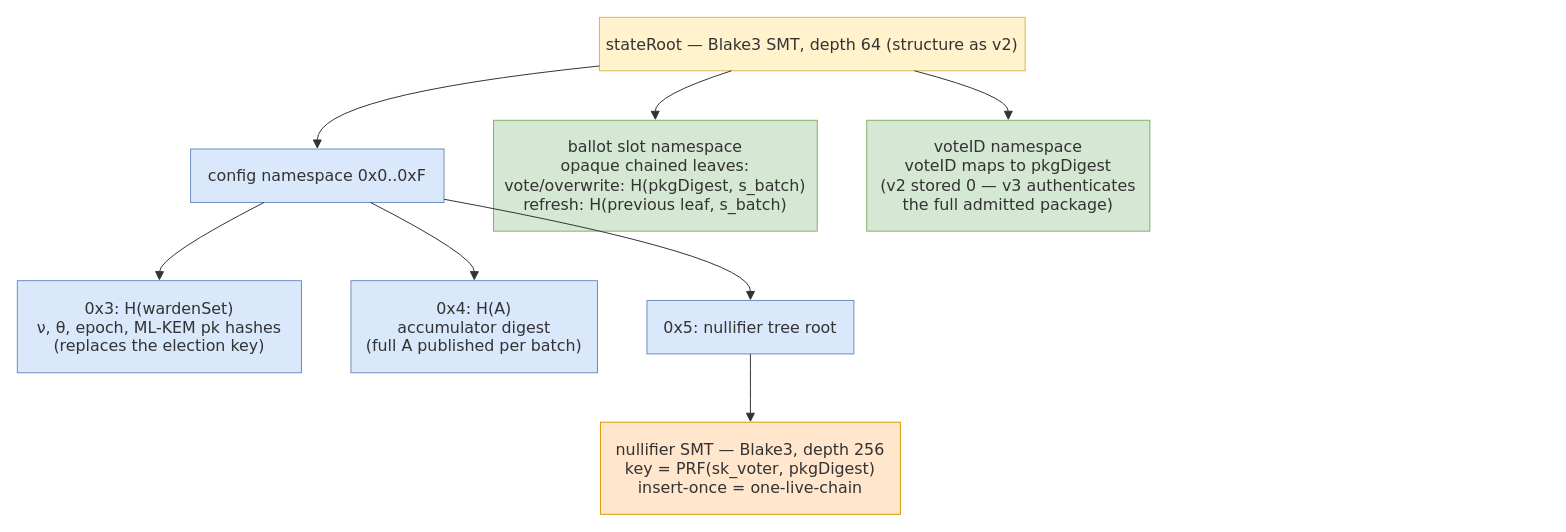
The draw.io diagram v3-pq/figures/src/state-tree-v3.drawio in vocdoni/davinci-paper, before the edit. Source tidied: cells renumbered, new cells numbered last; positions are measured from the earlier drawing's top-left corner, leaving out a move shared by most shapes. Both pictures are drawn from the tidied source at 99%, with x=0, y=0 at pixel (17, 17).
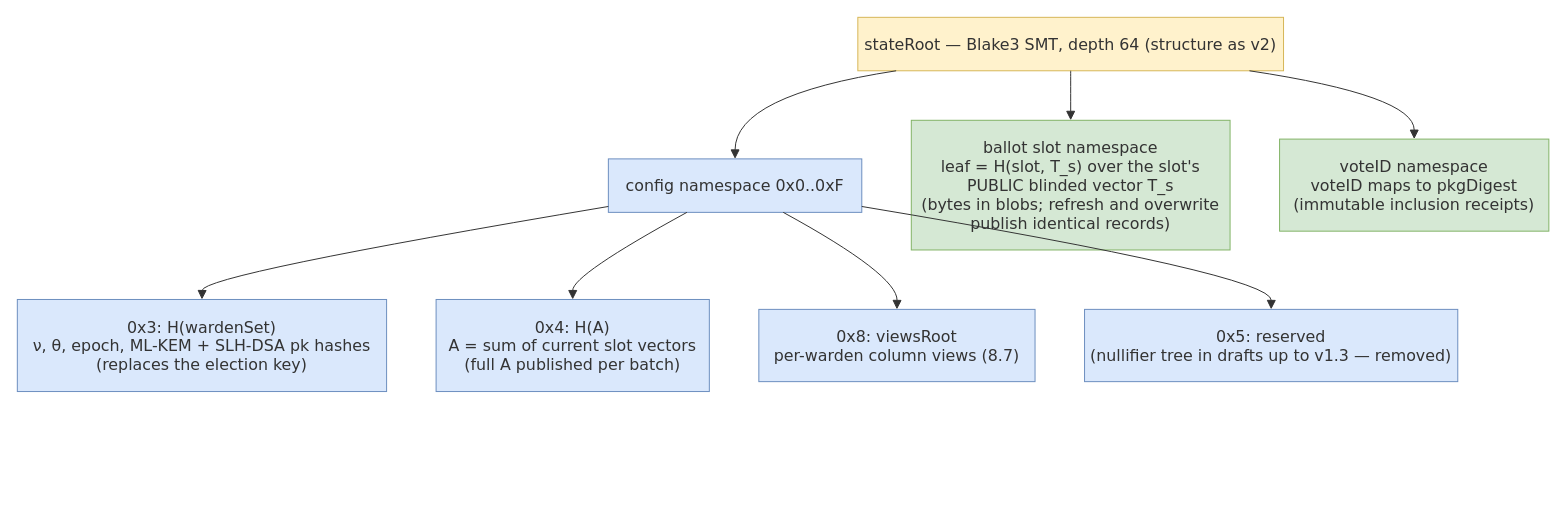
After the change.

Commit message (it also covers changes not shown here):
feat(v3-pq): spec v1.4 — blinded-slot mainline

What changed in the source:
```diff
@@
     <mxCell id="2" value="stateRoot — Blake3 SMT, depth 64 (structure as v2)" style="html=1;whiteSpace=wrap;strokeWidth=1;fillColor=#fff2cc;strokeColor=#d6b656;fontColor=light-dark(#333333,#cccccc);fontFamily=Trebuchet MS,Verdana,Arial,sans-serif;fontSize=16;" parent="1" vertex="1">
-      <mxGeometry x="588" width="430" height="54" as="geometry" />
+      <mxGeometry x="849" width="430" height="54" as="geometry" />
     </mxCell>
     <mxCell id="3" value="config namespace 0x0..0xF" style="html=1;whiteSpace=wrap;strokeWidth=1;fillColor=#dae8fc;strokeColor=#6c8ebf;fontColor=light-dark(#333333,#cccccc);fontFamily=Trebuchet MS,Verdana,Arial,sans-serif;fontSize=16;" parent="1" vertex="1">
-      <mxGeometry x="175" y="133" width="256" height="54" as="geometry" />
+      <mxGeometry x="597" y="143" width="256" height="54" as="geometry" />
     </mxCell>
-    <mxCell id="4" value="ballot slot namespace&#10;opaque chained leaves:&#10;vote/overwrite: H(pkgDigest, s_batch)&#10;refresh: H(previous leaf, s_batch)" style="html=1;whiteSpace=wrap;strokeWidth=1;fillColor=#d5e8d4;strokeColor=#82b366;fontColor=light-dark(#333333,#cccccc);fontFamily=Trebuchet MS,Verdana,Arial,sans-serif;fontSize=16;" parent="1" vertex="1">
-      <mxGeometry x="481" y="104" width="327" height="112" as="geometry" />
+    <mxCell id="4" value="ballot slot namespace&#10;leaf = H(slot, T_s) over the slot's&#10;PUBLIC blinded vector T_s&#10;(bytes in blobs; refresh and overwrite&#10;publish identical records)" style="html=1;whiteSpace=wrap;strokeWidth=1;fillColor=#d5e8d4;strokeColor=#82b366;fontColor=light-dark(#333333,#cccccc);fontFamily=Trebuchet MS,Verdana,Arial,sans-serif;fontSize=16;" parent="1" vertex="1">
+      <mxGeometry x="903" y="104" width="322" height="131" as="geometry" />
     </mxCell>
-    <mxCell id="5" value="voteID namespace&#10;voteID maps to pkgDigest&#10;(v2 stored 0 — v3 authenticates&#10;the full admitted package)" style="html=1;whiteSpace=wrap;strokeWidth=1;fillColor=#d5e8d4;strokeColor=#82b366;fontColor=light-dark(#333333,#cccccc);fontFamily=Trebuchet MS,Verdana,Arial,sans-serif;fontSize=16;" parent="1" vertex="1">
-      <mxGeometry x="858" y="104" width="286" height="112" as="geometry" />
+    <mxCell id="5" value="voteID namespace&#10;voteID maps to pkgDigest&#10;(immutable inclusion receipts)" style="html=1;whiteSpace=wrap;strokeWidth=1;fillColor=#d5e8d4;strokeColor=#82b366;fontColor=light-dark(#333333,#cccccc);fontFamily=Trebuchet MS,Verdana,Arial,sans-serif;fontSize=16;" parent="1" vertex="1">
+      <mxGeometry x="1275" y="123" width="272" height="93" as="geometry" />
     </mxCell>
-    <mxCell id="6" value="0x3: H(wardenSet)&#10;ν, θ, epoch, ML-KEM pk hashes&#10;(replaces the election key)" style="html=1;whiteSpace=wrap;strokeWidth=1;fillColor=#dae8fc;strokeColor=#6c8ebf;fontColor=light-dark(#333333,#cccccc);fontFamily=Trebuchet MS,Verdana,Arial,sans-serif;fontSize=16;" parent="1" vertex="1">
-      <mxGeometry y="266" width="287" height="93" as="geometry" />
+    <mxCell id="6" value="0x3: H(wardenSet)&#10;ν, θ, epoch, ML-KEM + SLH-DSA pk hashes&#10;(replaces the election key)" style="html=1;whiteSpace=wrap;strokeWidth=1;fillColor=#dae8fc;strokeColor=#6c8ebf;fontColor=light-dark(#333333,#cccccc);fontFamily=Trebuchet MS,Verdana,Arial,sans-serif;fontSize=16;" parent="1" vertex="1">
+      <mxGeometry y="285" width="373" height="93" as="geometry" />
     </mxCell>
-    <mxCell id="7" value="0x4: H(A)&#10;accumulator digest&#10;(full A published per batch)" style="html=1;whiteSpace=wrap;strokeWidth=1;fillColor=#dae8fc;strokeColor=#6c8ebf;fontColor=light-dark(#333333,#cccccc);fontFamily=Trebuchet MS,Verdana,Arial,sans-serif;fontSize=16;" parent="1" vertex="1">
-      <mxGeometry x="337" y="266" width="249" height="93" as="geometry" />
+    <mxCell id="7" value="0x4: H(A)&#10;A = sum of current slot vectors&#10;(full A published per batch)" style="html=1;whiteSpace=wrap;strokeWidth=1;fillColor=#dae8fc;strokeColor=#6c8ebf;fontColor=light-dark(#333333,#cccccc);fontFamily=Trebuchet MS,Verdana,Arial,sans-serif;fontSize=16;" parent="1" vertex="1">
+      <mxGeometry x="423" y="285" width="276" height="93" as="geometry" />
     </mxCell>
-    <mxCell id="8" value="0x5: nullifier tree root" style="html=1;whiteSpace=wrap;strokeWidth=1;fillColor=#dae8fc;strokeColor=#6c8ebf;fontColor=light-dark(#333333,#cccccc);fontFamily=Trebuchet MS,Verdana,Arial,sans-serif;fontSize=16;" parent="1" vertex="1">
-      <mxGeometry x="636" y="286" width="209" height="54" as="geometry" />
+    <mxCell id="8" value="0x8: viewsRoot&#10;per-warden column views (8.7)" style="html=1;whiteSpace=wrap;strokeWidth=1;fillColor=#dae8fc;strokeColor=#6c8ebf;fontColor=light-dark(#333333,#cccccc);fontFamily=Trebuchet MS,Verdana,Arial,sans-serif;fontSize=16;" parent="1" vertex="1">
+      <mxGeometry x="749" y="295" width="279" height="73" as="geometry" />
     </mxCell>
-    <mxCell id="9" value="nullifier SMT — Blake3, depth 256&#10;key = PRF(sk_voter, pkgDigest)&#10;insert-once = one-live-chain" style="html=1;whiteSpace=wrap;strokeWidth=1;fillColor=#ffe6cc;strokeColor=#d79b00;fontColor=light-dark(#333333,#cccccc);fontFamily=Trebuchet MS,Verdana,Arial,sans-serif;fontSize=16;" parent="1" vertex="1">
-      <mxGeometry x="589" y="409" width="303" height="93" as="geometry" />
+    <mxCell id="9" value="0x5: reserved&#10;(nullifier tree in drafts up to v1.3 — removed)" style="html=1;whiteSpace=wrap;strokeWidth=1;fillColor=#dae8fc;strokeColor=#6c8ebf;fontColor=light-dark(#333333,#cccccc);fontFamily=Trebuchet MS,Verdana,Arial,sans-serif;fontSize=16;" parent="1" vertex="1">
+      <mxGeometry x="1078" y="295" width="377" height="73" as="geometry" />
     </mxCell>
-    <mxCell id="10" style="curved=1;startArrow=none;endArrow=block;endSize=7;strokeColor=light-dark(#333333,#cccccc);exitX=0;exitY=0.91;entryX=0.5;entryY=0;" parent="1" edge="1" source="2" target="3">
+    <mxCell id="10" style="curved=1;startArrow=none;endArrow=block;endSize=7;strokeColor=light-dark(#333333,#cccccc);exitX=0.09;exitY=1;entryX=0.5;entryY=0;" parent="1" edge="1" source="2" target="3">
       <mxGeometry relative="1" as="geometry">
         <Array as="points">
-          <mxPoint x="303" y="79" />
+          <mxPoint x="725" y="79" />
         </Array>
       </mxGeometry>
     </mxCell>
-    <mxCell id="11" style="curved=1;startArrow=none;endArrow=block;endSize=7;strokeColor=light-dark(#333333,#cccccc);exitX=0.31;exitY=1;entryX=0.5;entryY=0;" parent="1" edge="1" source="2" target="4">
-      <mxGeometry relative="1" as="geometry">
-        <Array as="points">
-          <mxPoint x="644" y="79" />
-        </Array>
-      </mxGeometry>
+    <mxCell id="11" style="curved=1;startArrow=none;endArrow=block;endSize=7;strokeColor=light-dark(#333333,#cccccc);exitX=0.5;exitY=1;entryX=0.5;entryY=0;" parent="1" edge="1" source="2" target="4">
+      <mxGeometry relative="1" as="geometry" />
     </mxCell>
-    <mxCell id="12" style="curved=1;startArrow=none;endArrow=block;endSize=7;strokeColor=light-dark(#333333,#cccccc);exitX=0.74;exitY=1;entryX=0.5;entryY=0;" parent="1" edge="1" source="2" target="5">
+    <mxCell id="12" style="curved=1;startArrow=none;endArrow=block;endSize=7;strokeColor=light-dark(#333333,#cccccc);exitX=0.92;exitY=1;entryX=0.5;entryY=0;" parent="1" edge="1" source="2" target="5">
       <mxGeometry relative="1" as="geometry">
         <Array as="points">
-          <mxPoint x="1001" y="79" />
+          <mxPoint x="1411" y="79" />
         </Array>
       </mxGeometry>
     </mxCell>
-    <mxCell id="13" style="curved=1;startArrow=none;endArrow=block;endSize=7;strokeColor=light-dark(#333333,#cccccc);exitX=0.29;exitY=1;entryX=0.5;entryY=0;" parent="1" edge="1" source="3" target="6">
+    <mxCell id="13" style="curved=1;startArrow=none;endArrow=block;endSize=7;strokeColor=light-dark(#333333,#cccccc);exitX=0;exitY=0.89;entryX=0.5;entryY=0;" parent="1" edge="1" source="3" target="6">
       <mxGeometry relative="1" as="geometry">
         <Array as="points">
-          <mxPoint x="144" y="241" />
+          <mxPoint x="187" y="260" />
         </Array>
       </mxGeometry>
     </mxCell>
-    <mxCell id="14" style="curved=1;startArrow=none;endArrow=block;endSize=7;strokeColor=light-dark(#333333,#cccccc);exitX=0.71;exitY=1;entryX=0.5;entryY=0;" parent="1" edge="1" source="3" target="7">
+    <mxCell id="14" style="curved=1;startArrow=none;endArrow=block;endSize=7;strokeColor=light-dark(#333333,#cccccc);exitX=0.31;exitY=1;entryX=0.5;entryY=0;" parent="1" edge="1" source="3" target="7">
       <mxGeometry relative="1" as="geometry">
         <Array as="points">
-          <mxPoint x="462" y="241" />
+          <mxPoint x="561" y="260" />
         </Array>
       </mxGeometry>
     </mxCell>
-    <mxCell id="15" style="curved=1;startArrow=none;endArrow=block;endSize=7;strokeColor=light-dark(#333333,#cccccc);exitX=1;exitY=0.94;entryX=0.5;entryY=0;" parent="1" edge="1" source="3" target="8">
+    <mxCell id="15" style="curved=1;startArrow=none;endArrow=block;endSize=7;strokeColor=light-dark(#333333,#cccccc);exitX=0.69;exitY=1;entryX=0.5;entryY=0;" parent="1" edge="1" source="3" target="8">
       <mxGeometry relative="1" as="geometry">
         <Array as="points">
-          <mxPoint x="741" y="241" />
+          <mxPoint x="889" y="260" />
         </Array>
       </mxGeometry>
     </mxCell>
-    <mxCell id="16" style="curved=1;startArrow=none;endArrow=block;endSize=7;strokeColor=light-dark(#333333,#cccccc);exitX=0.5;exitY=1;entryX=0.5;entryY=0;" parent="1" edge="1" source="8" target="9">
-      <mxGeometry relative="1" as="geometry" />
+    <mxCell id="16" style="curved=1;startArrow=none;endArrow=block;endSize=7;strokeColor=light-dark(#333333,#cccccc);exitX=1;exitY=0.89;entryX=0.5;entryY=0;" parent="1" edge="1" source="3" target="9">
+      <mxGeometry relative="1" as="geometry">
+        <Array as="points">
+          <mxPoint x="1267" y="260" />
+        </Array>
+      </mxGeometry>
     </mxCell>
```
